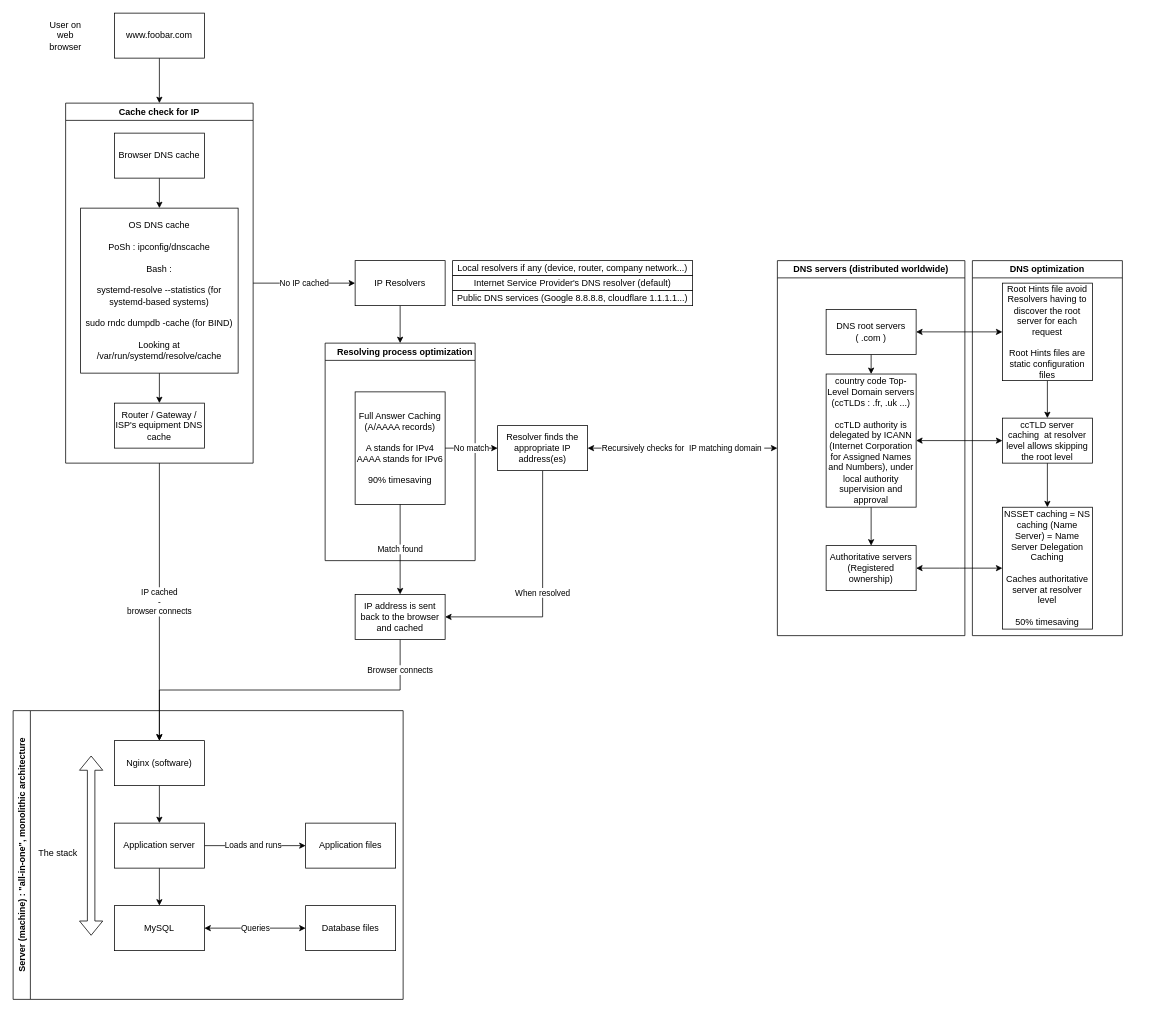
Before: web_infrastructure_design/0-simple_web_stack.drawio in jmitchell35/holbertonschool-system_engineering-devops, a draw.io diagram. Source tidied: cells renumbered, new cells numbered last; positions are measured from the earlier drawing's top-left corner, leaving out a move shared by most shapes. Both pictures are drawn from the tidied source at 75%, with x=0, y=0 at pixel (13, 13).
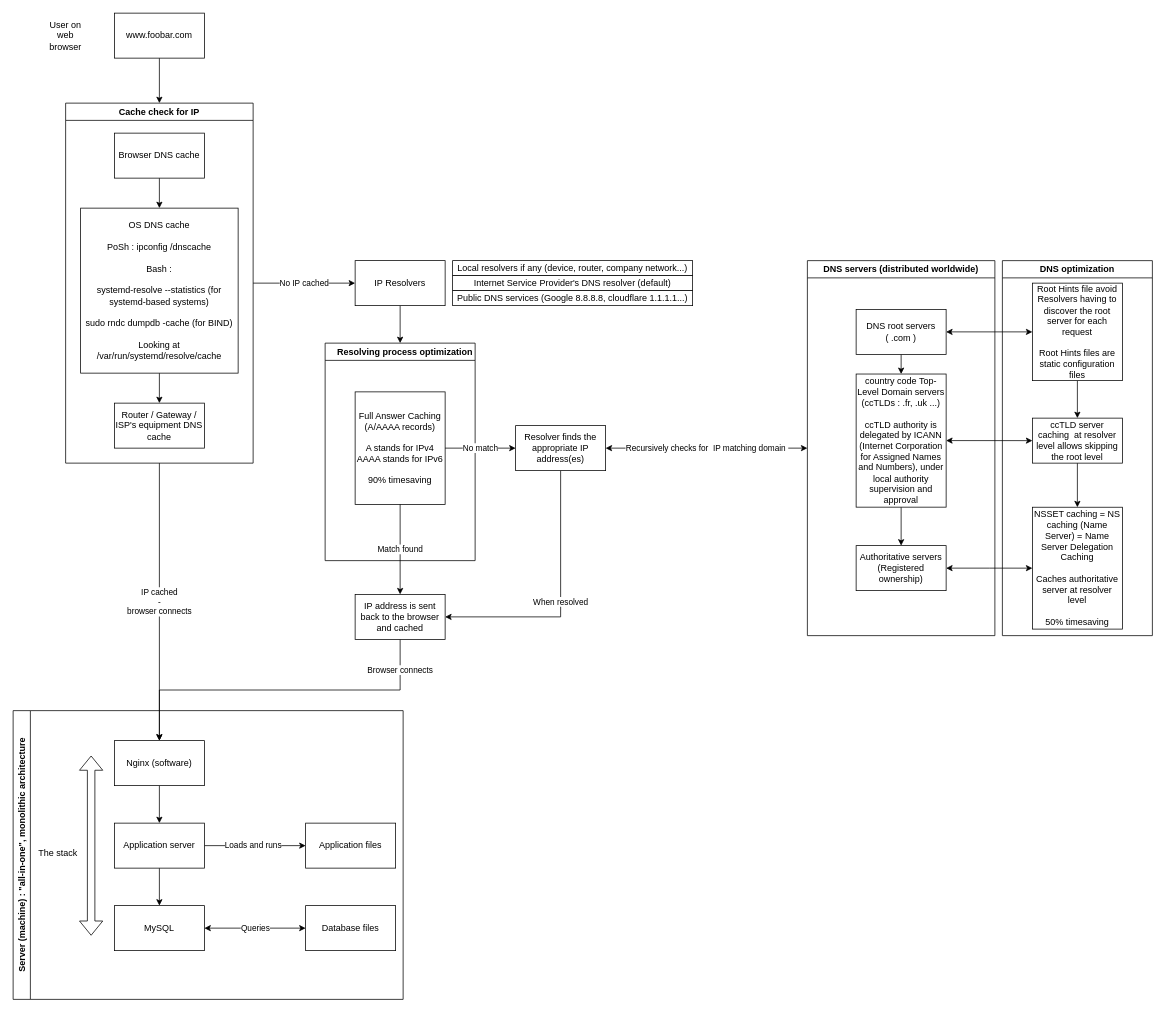
The same page after the edit.

Commit message:
Updated global layout

The change refers to these unchanged cells:
```xml
<mxCell id="48" value="Cache check for IP" style="swimlane;whiteSpace=wrap;html=1;" parent="1" vertex="1">
  <mxGeometry x="70" y="120" width="250" height="480" as="geometry" />
</mxCell>
```

The edit, as a diff of the source:
```diff
@@
     <mxCell id="11" value="Resolver finds the appropriate IP address(es)" style="rounded=0;whiteSpace=wrap;html=1;" parent="1" vertex="1">
-      <mxGeometry x="646" y="550" width="120" height="60" as="geometry" />
+      <mxGeometry x="670" y="550" width="120" height="60" as="geometry" />
     </mxCell>
@@
     <mxCell id="29" value="DNS servers (distributed worldwide)" style="swimlane;whiteSpace=wrap;html=1;" parent="1" vertex="1">
-      <mxGeometry x="1019" y="330" width="250" height="500" as="geometry" />
+      <mxGeometry x="1059" y="330" width="250" height="500" as="geometry" />
     </mxCell>
@@
     <mxCell id="35" value="DNS optimization" style="swimlane;whiteSpace=wrap;html=1;" parent="1" vertex="1">
-      <mxGeometry x="1279" y="330" width="200" height="500" as="geometry" />
+      <mxGeometry x="1319" y="330" width="200" height="500" as="geometry" />
     </mxCell>
@@
-    <mxCell id="52" value="&lt;font face=&quot;Helvetica&quot;&gt;OS DNS cache&lt;br&gt;&lt;br&gt;PoSh : ipconfig/dnscache&lt;br&gt;&lt;br&gt;Bash :&lt;/font&gt;&lt;div&gt;&lt;br&gt;&lt;div&gt;&lt;div&gt;&lt;code style=&quot;background-color: transparent; color: light-dark(rgb(0, 0, 0), rgb(255, 255, 255));&quot; class=&quot;bg-text-200/5 border border-0.5 border-border-300 text-danger-000 whitespace-pre-wrap rounded-[0.4rem] px-1 py-px text-[0.9rem]&quot;&gt;&lt;font face=&quot;Helvetica&quot;&gt;systemd-resolve --statistics&lt;/font&gt;&lt;/code&gt;&lt;span style=&quot;font-family: Helvetica; background-color: transparent; color: light-dark(rgb(0, 0, 0), rgb(255, 255, 255));&quot;&gt; (for systemd-based systems)&lt;br&gt;&lt;/span&gt;&lt;code style=&quot;font-family: Helvetica; background-color: transparent; color: light-dark(rgb(0, 0, 0), rgb(255, 255, 255));&quot; class=&quot;bg-text-200/5 border border-0.5 border-border-300 text-danger-000 whitespace-pre-wrap rounded-[0.4rem] px-1 py-px text-[0.9rem]&quot;&gt;&lt;br&gt;sudo rndc dumpdb -cache&lt;/code&gt;&lt;span style=&quot;font-family: Helvetica; background-color: transparent; color: light-dark(rgb(0, 0, 0), rgb(255, 255, 255));&quot;&gt; (for BIND)&lt;br&gt;&lt;/span&gt;&lt;span style=&quot;font-family: Helvetica; background-color: transparent; color: light-dark(rgb(0, 0, 0), rgb(255, 255, 255));&quot;&gt;&lt;br&gt;Looking at &lt;/span&gt;&lt;code style=&quot;font-family: Helvetica; background-color: transparent; color: light-dark(rgb(0, 0, 0), rgb(255, 255, 255));&quot; class=&quot;bg-text-200/5 border border-0.5 border-border-300 text-danger-000 whitespace-pre-wrap rounded-[0.4rem] px-1 py-px text-[0.9rem]&quot;&gt;/var/run/systemd/resolve/cache&lt;/code&gt;&lt;/div&gt;&lt;/div&gt;&lt;/div&gt;" style="rounded=0;whiteSpace=wrap;html=1;" parent="48" vertex="1">
+    <mxCell id="52" value="&lt;font face=&quot;Helvetica&quot;&gt;OS DNS cache&lt;br&gt;&lt;br&gt;PoSh : ipconfig /dnscache&lt;br&gt;&lt;br&gt;Bash :&lt;/font&gt;&lt;div&gt;&lt;br&gt;&lt;div&gt;&lt;div&gt;&lt;code style=&quot;background-color: transparent; color: light-dark(rgb(0, 0, 0), rgb(255, 255, 255));&quot; class=&quot;bg-text-200/5 border border-0.5 border-border-300 text-danger-000 whitespace-pre-wrap rounded-[0.4rem] px-1 py-px text-[0.9rem]&quot;&gt;&lt;font face=&quot;Helvetica&quot;&gt;systemd-resolve --statistics&lt;/font&gt;&lt;/code&gt;&lt;span style=&quot;font-family: Helvetica; background-color: transparent; color: light-dark(rgb(0, 0, 0), rgb(255, 255, 255));&quot;&gt; (for systemd-based systems)&lt;br&gt;&lt;/span&gt;&lt;code style=&quot;font-family: Helvetica; background-color: transparent; color: light-dark(rgb(0, 0, 0), rgb(255, 255, 255));&quot; class=&quot;bg-text-200/5 border border-0.5 border-border-300 text-danger-000 whitespace-pre-wrap rounded-[0.4rem] px-1 py-px text-[0.9rem]&quot;&gt;&lt;br&gt;sudo rndc dumpdb -cache&lt;/code&gt;&lt;span style=&quot;font-family: Helvetica; background-color: transparent; color: light-dark(rgb(0, 0, 0), rgb(255, 255, 255));&quot;&gt; (for BIND)&lt;br&gt;&lt;/span&gt;&lt;span style=&quot;font-family: Helvetica; background-color: transparent; color: light-dark(rgb(0, 0, 0), rgb(255, 255, 255));&quot;&gt;&lt;br&gt;Looking at &lt;/span&gt;&lt;code style=&quot;font-family: Helvetica; background-color: transparent; color: light-dark(rgb(0, 0, 0), rgb(255, 255, 255));&quot; class=&quot;bg-text-200/5 border border-0.5 border-border-300 text-danger-000 whitespace-pre-wrap rounded-[0.4rem] px-1 py-px text-[0.9rem]&quot;&gt;/var/run/systemd/resolve/cache&lt;/code&gt;&lt;/div&gt;&lt;/div&gt;&lt;/div&gt;" style="rounded=0;whiteSpace=wrap;html=1;" parent="48" vertex="1">
       <mxGeometry x="20" y="140" width="210" height="220" as="geometry" />
     </mxCell>
```
